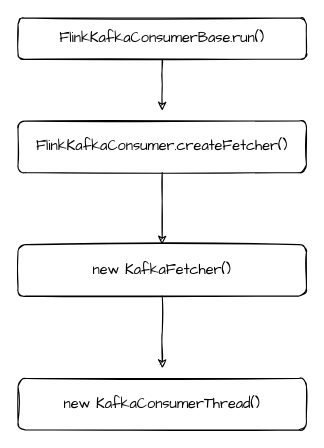
xinzhuxiansheng/blog-notes keeps this draw.io diagram as Drawio/Flink.drawio. Above is the earlier version. Source tidied: cells renumbered, new cells numbered last; positions are measured from the earlier drawing's top-left corner, leaving out a move shared by most shapes. Both pictures are drawn from the tidied source at 103%, with x=0, y=0 at pixel (18, 18).
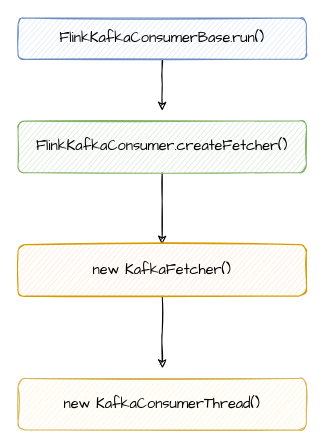
After the change.

The edit, as a diff of the source:
```diff
@@
 <mxGraphModel>
   <root>
     <mxCell id="0" />
     <mxCell id="1" parent="0" />
     <mxCell id="2" style="edgeStyle=orthogonalEdgeStyle;rounded=0;jettySize=auto;html=1;fontFamily=Comic Sans MS;fontSize=14;sketch=1;" parent="1" edge="1" source="3">
       <mxGeometry relative="1" as="geometry">
         <mxPoint x="140" y="90" as="targetPoint" />
       </mxGeometry>
     </mxCell>
-    <mxCell id="3" value="FlinkKafkaConsumerBase.run()" style="rounded=1;whiteSpace=wrap;html=1;fillColor=none;sketch=1;fontFamily=Comic Sans MS;fontSize=14;" parent="1" vertex="1">
+    <mxCell id="3" value="FlinkKafkaConsumerBase.run()" style="rounded=1;whiteSpace=wrap;html=1;fillColor=#dae8fc;sketch=1;fontFamily=Comic Sans MS;fontSize=14;strokeColor=#6c8ebf;" parent="1" vertex="1">
       <mxGeometry width="280" height="40" as="geometry" />
     </mxCell>
     <mxCell id="4" style="edgeStyle=orthogonalEdgeStyle;rounded=0;sketch=1;jettySize=auto;html=1;entryX=0.5;entryY=0;entryDx=0;entryDy=0;fontFamily=Comic Sans MS;fontSize=14;" parent="1" edge="1" source="5" target="7">
       <mxGeometry relative="1" as="geometry" />
     </mxCell>
-    <mxCell id="5" value="FlinkKafkaConsumer.createFetcher()" style="rounded=1;whiteSpace=wrap;html=1;sketch=1;fillColor=none;fontFamily=Comic Sans MS;fontSize=14;" parent="1" vertex="1">
+    <mxCell id="5" value="FlinkKafkaConsumer.createFetcher()" style="rounded=1;whiteSpace=wrap;html=1;sketch=1;fillColor=#d5e8d4;fontFamily=Comic Sans MS;fontSize=14;strokeColor=#82b366;" parent="1" vertex="1">
       <mxGeometry y="100" width="280" height="50" as="geometry" />
     </mxCell>
     <mxCell id="6" style="edgeStyle=orthogonalEdgeStyle;rounded=0;sketch=1;jettySize=auto;html=1;fontFamily=Comic Sans MS;fontSize=14;" parent="1" edge="1" source="7">
       <mxGeometry relative="1" as="geometry">
         <mxPoint x="140" y="340" as="targetPoint" />
       </mxGeometry>
     </mxCell>
-    <mxCell id="7" value="new KafkaFetcher()" style="rounded=1;whiteSpace=wrap;html=1;sketch=1;fillColor=none;fontFamily=Comic Sans MS;fontSize=14;" parent="1" vertex="1">
+    <mxCell id="7" value="new KafkaFetcher()" style="rounded=1;whiteSpace=wrap;html=1;sketch=1;fillColor=#ffe6cc;fontFamily=Comic Sans MS;fontSize=14;strokeColor=#d79b00;" parent="1" vertex="1">
       <mxGeometry y="220" width="280" height="50" as="geometry" />
     </mxCell>
-    <mxCell id="8" value="new KafkaConsumerThread()" style="rounded=1;whiteSpace=wrap;html=1;sketch=1;fillColor=none;fontFamily=Comic Sans MS;fontSize=14;" parent="1" vertex="1">
+    <mxCell id="8" value="new KafkaConsumerThread()" style="rounded=1;whiteSpace=wrap;html=1;sketch=1;fillColor=#fff2cc;fontFamily=Comic Sans MS;fontSize=14;strokeColor=#d6b656;" parent="1" vertex="1">
       <mxGeometry y="350" width="280" height="50" as="geometry" />
     </mxCell>
   </root>
 </mxGraphModel>
```
